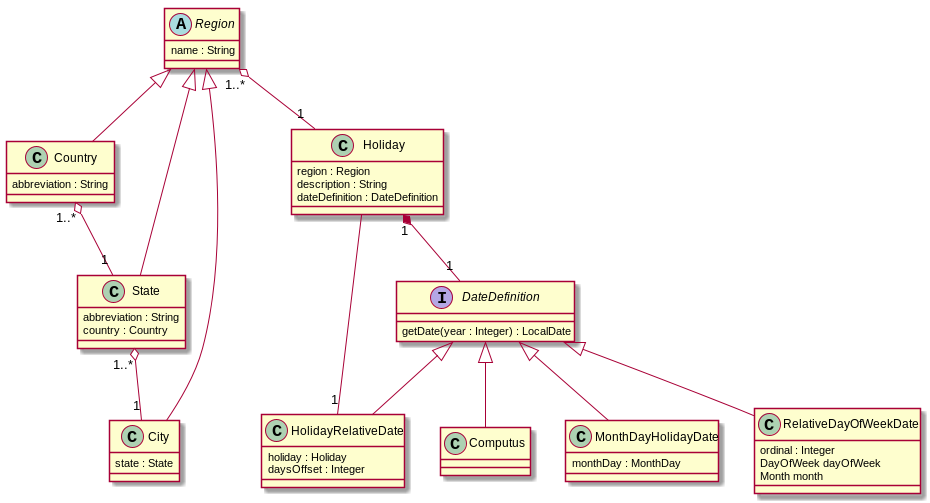
Before: AS01/1.Documentos/diagrama.png, a diagram exported from PlantUML (jhonypalmer/IApl-2019-1-CF). Its diagram source:
```plantuml
@startuml
abstract class Region {
   name : String
}

class Country {
   abbreviation : String
}

Region <|-- Country

class State {
   abbreviation : String
   country : Country
}

Region <|-- State
Country "1..*" o-- "1" State

class City {
   state : State
}

Region <|-- City
State "1..*" o-- "1" City

class Holiday {
	region : Region
	description : String
	dateDefinition : DateDefinition
}

Region "1..*" o-- "1" Holiday
Holiday "1" *-- "1" DateDefinition

interface DateDefinition {
	getDate(year : Integer) : LocalDate
}

class Computus {
}

DateDefinition <|-- Computus

class HolidayRelativeDate {
	holiday : Holiday
	daysOffset : Integer
}

DateDefinition <|-- HolidayRelativeDate
HolidayRelativeDate "1" -- Holiday

class MonthDayHolidayDate {
	monthDay : MonthDay
}

DateDefinition <|-- MonthDayHolidayDate

class RelativeDayOfWeekDate {
	ordinal : Integer
	DayOfWeek dayOfWeek
	Month month
}

DateDefinition <|-- RelativeDayOfWeekDate

@enduml
```
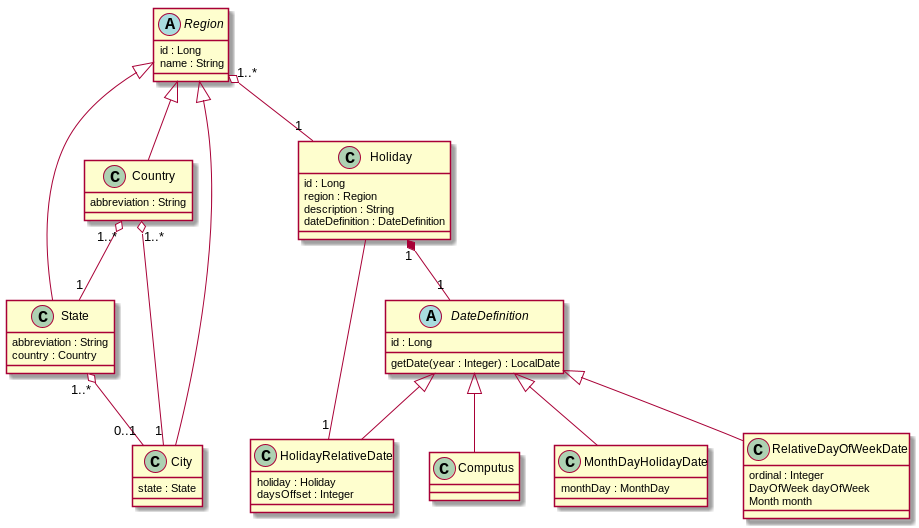
After the change.

What changed in the source:
```diff
@@ -1,30 +1,33 @@
 @startuml
 abstract class Region {
-   name : String
+	id : Long
+	name : String
 }
 
 class Country {
-   abbreviation : String
+	abbreviation : String
 }
 
 Region <|-- Country
 
 class State {
-   abbreviation : String
-   country : Country
+	abbreviation : String
+	country : Country
 }
 
 Region <|-- State
 Country "1..*" o-- "1" State
 
 class City {
-   state : State
+	state : State
 }
 
 Region <|-- City
-State "1..*" o-- "1" City
+State "1..*" o-- "0..1" City
+Country "1..*" o-- "1" City
 
 class Holiday {
+	id : Long
 	region : Region
 	description : String
 	dateDefinition : DateDefinition
@@ -33,7 +36,8 @@
 Region "1..*" o-- "1" Holiday
 Holiday "1" *-- "1" DateDefinition
 
-interface DateDefinition {
+abstract class DateDefinition {
+	id : Long
 	getDate(year : Integer) : LocalDate
 }
 
```
